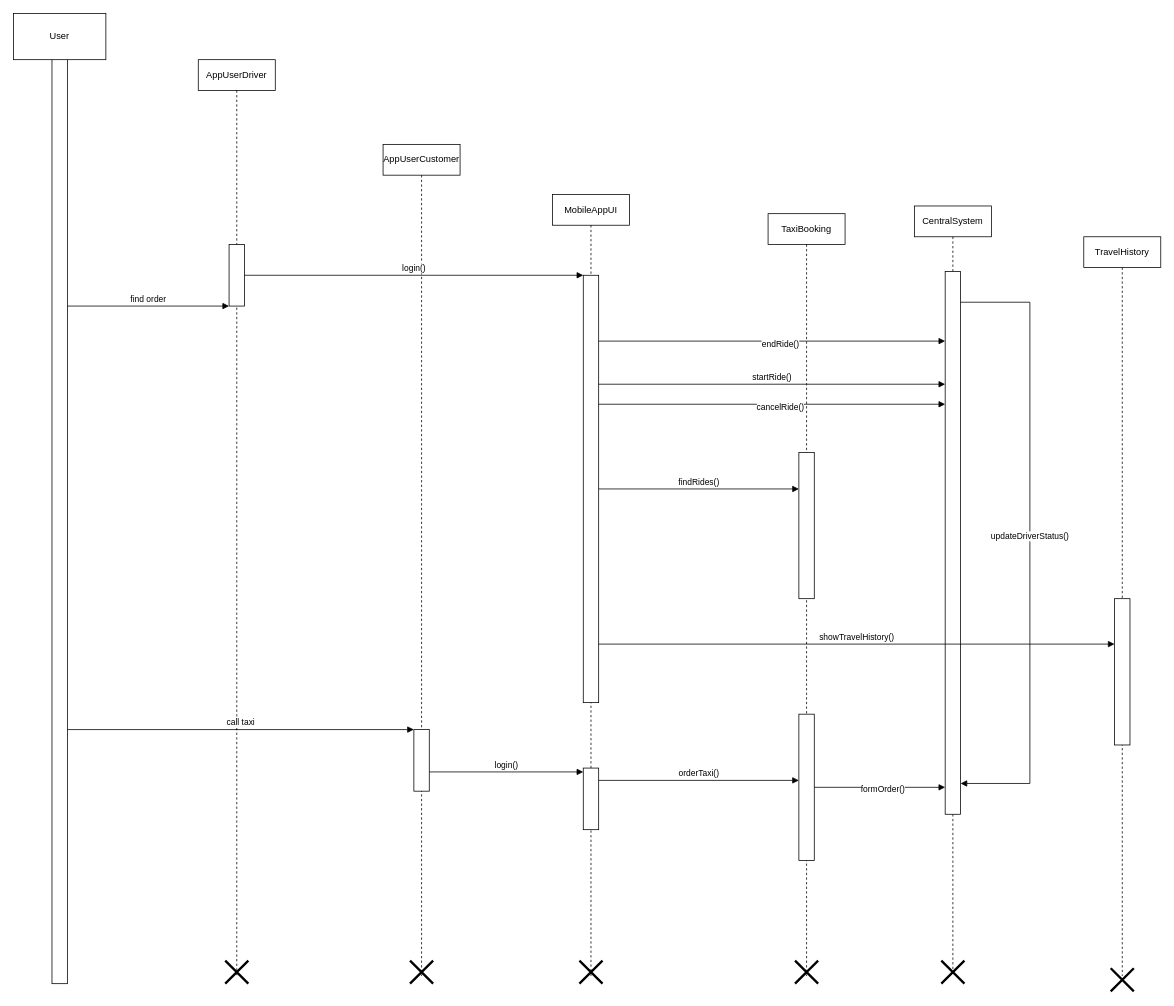
Above: ActionDia.drawio in hard-gainer/UML (draw.io), before the change. Source tidied: cells renumbered, new cells numbered last; positions are measured from the earlier drawing's top-left corner, leaving out a move shared by most shapes. Both pictures are drawn from the tidied source at 77%, with x=0, y=0 at pixel (13, 13).
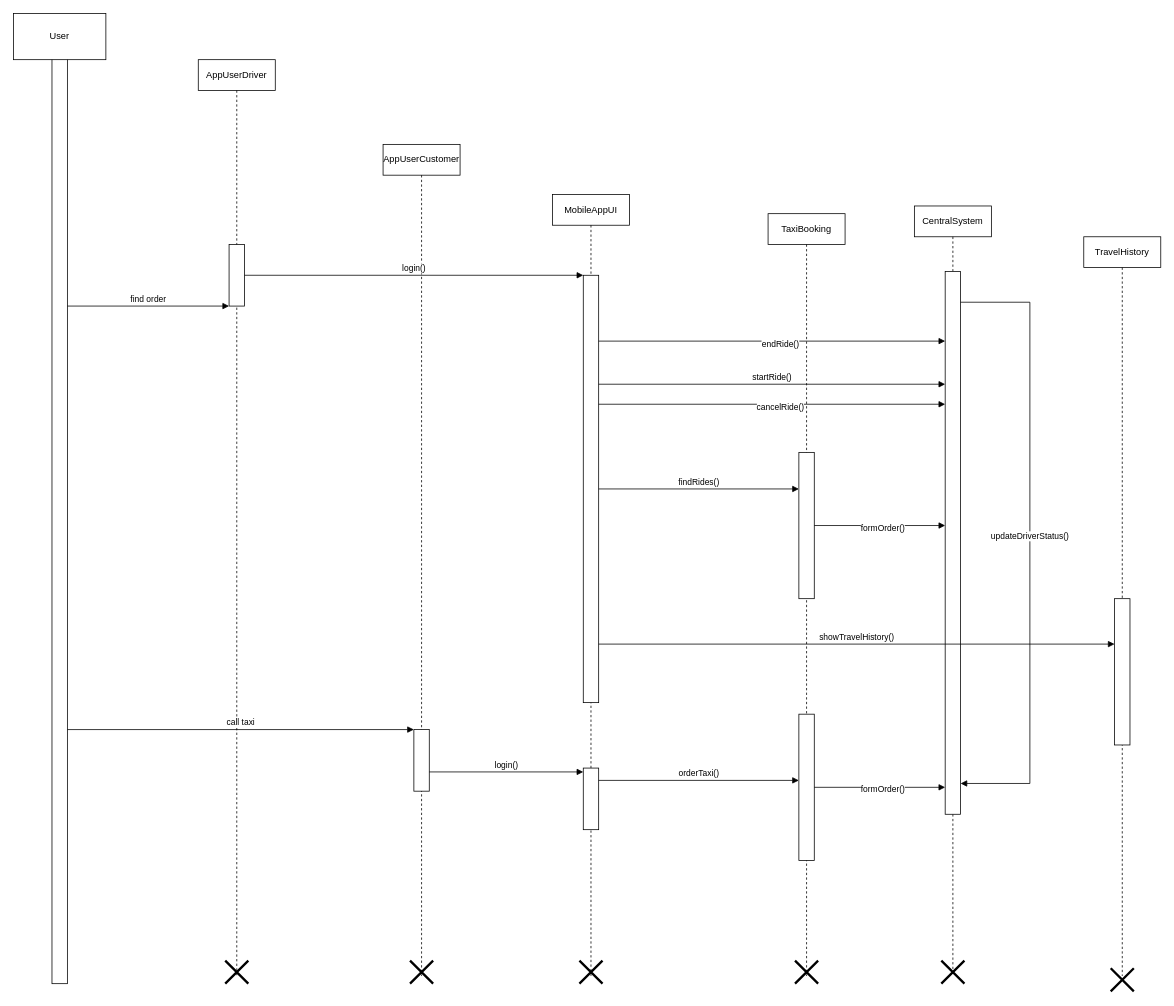
The same page after the edit.

The change refers to these unchanged cells:
```xml
<mxCell id="19" style="html=1;points=[[0,0,0,0,5],[0,1,0,0,-5],[1,0,0,0,5],[1,1,0,0,-5]];perimeter=orthogonalPerimeter;outlineConnect=0;targetShapes=umlLifeline;portConstraint=eastwest;newEdgeStyle={&quot;curved&quot;:0,&quot;rounded&quot;:0};" parent="18" vertex="1">
  <mxGeometry x="40" y="85" width="20" height="705" as="geometry" />
</mxCell>
<mxCell id="28" style="html=1;points=[[0,0,0,0,5],[0,1,0,0,-5],[1,0,0,0,5],[1,1,0,0,-5]];perimeter=orthogonalPerimeter;outlineConnect=0;targetShapes=umlLifeline;portConstraint=eastwest;newEdgeStyle={&quot;curved&quot;:0,&quot;rounded&quot;:0};" parent="25" vertex="1">
  <mxGeometry x="40" y="310" width="20" height="190" as="geometry" />
</mxCell>
```

Diff of the diagram source:
```diff
@@
+    <mxCell id="36" value="formOrder()" style="html=1;verticalAlign=bottom;endArrow=block;curved=0;rounded=0;" parent="1" edge="1" source="28" target="19">
+      <mxGeometry x="0.05" y="-12" relative="1" as="geometry" />
+    </mxCell>
```
